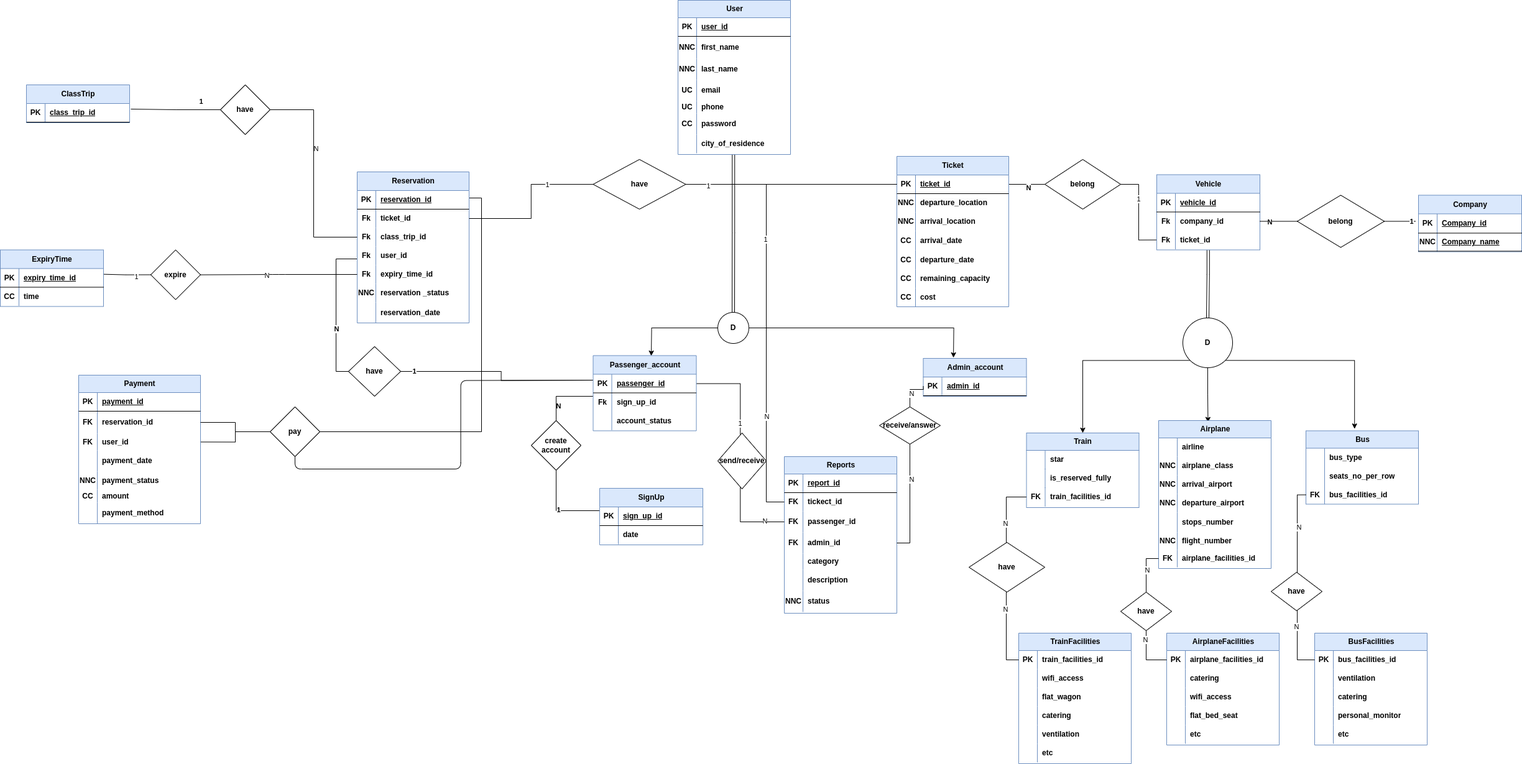
This is DataBase_Alibaba-Page-1.drawio.png from AriaTn84/DBproject, a draw.io export, as it was before one commit. Source tidied: cells renumbered, new cells last; positions are measured from the earlier drawing's top-left corner, leaving out a move shared by most shapes.
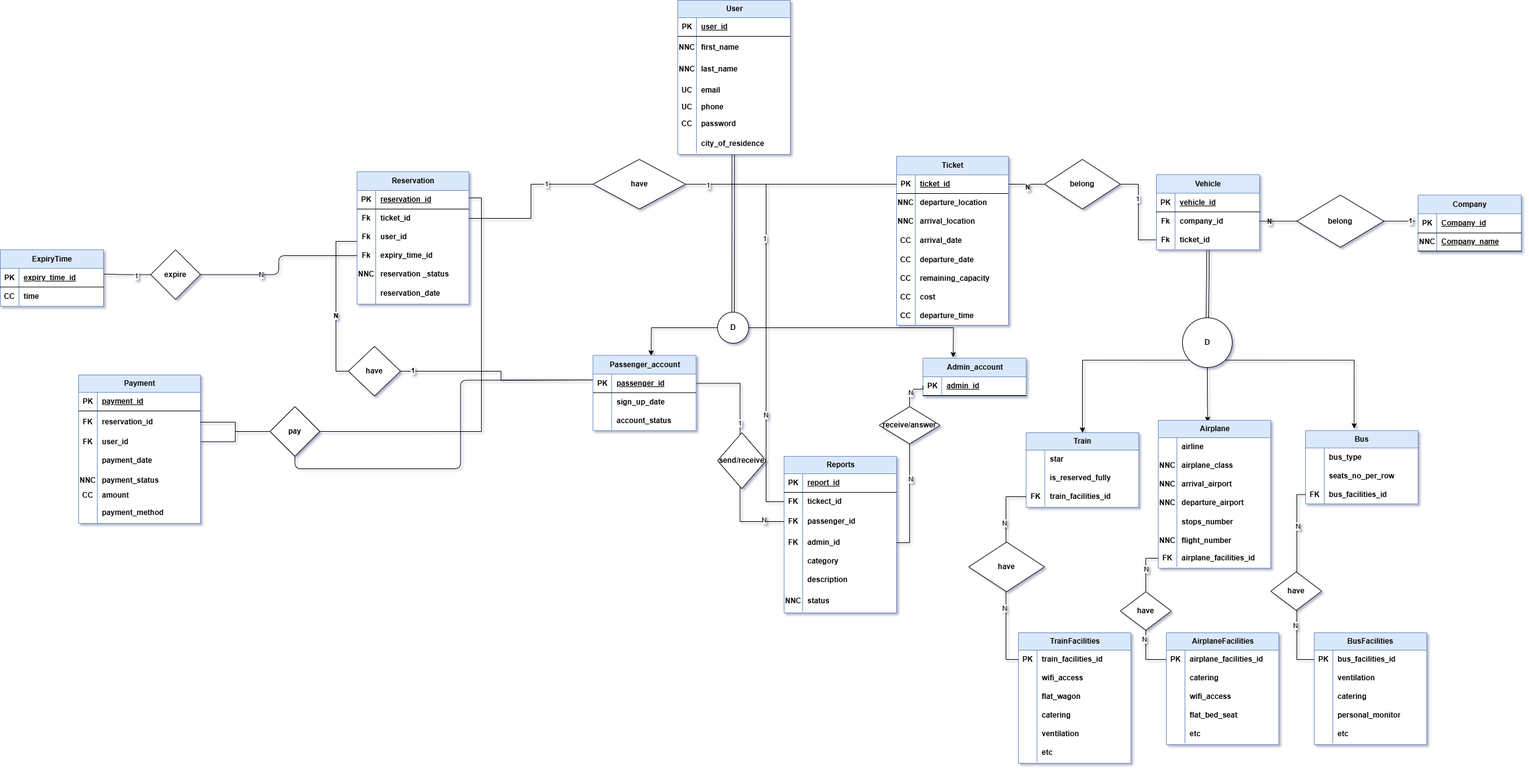
After the change.

Diff of the diagram source:
```diff
@@ -39,27 +39,6 @@
         <mxPoint x="1533" y="574.9" as="targetPoint" />
       </mxGeometry>
     </mxCell>
-    <mxCell id="13" style="edgeStyle=orthogonalEdgeStyle;rounded=0;jettySize=auto;html=1;exitX=0;exitY=0.5;exitDx=0;exitDy=0;entryX=0.009;entryY=0.351;entryDx=0;entryDy=0;endArrow=none;startFill=0;fontStyle=1;entryPerimeter=0;" parent="1" edge="1" target="153">
-      <mxGeometry relative="1" as="geometry">
-        <mxPoint x="967" y="637" as="sourcePoint" />
-        <Array as="points">
-          <mxPoint x="894" y="637" />
-          <mxPoint x="894" y="821" />
-          <mxPoint x="989" y="821" />
-        </Array>
-      </mxGeometry>
-    </mxCell>
-    <mxCell id="14" value="1" style="edgeLabel;html=1;align=center;verticalAlign=middle;fontStyle=1;rounded=0;" parent="13" vertex="1">
-      <mxGeometry x="0.37" y="2" relative="1" as="geometry" />
-    </mxCell>
-    <mxCell id="15" value="N" style="edgeLabel;html=1;align=center;verticalAlign=middle;fontStyle=1;rounded=0;" parent="13" vertex="1">
-      <mxGeometry x="-0.43" y="3" relative="1" as="geometry">
-        <mxPoint y="-20" as="offset" />
-      </mxGeometry>
-    </mxCell>
-    <mxCell id="16" value="create account" style="rhombus;whiteSpace=wrap;html=1;fontStyle=1;rounded=0;" parent="1" vertex="1">
-      <mxGeometry x="854" y="676" width="80" height="80" as="geometry" />
-    </mxCell>
     <mxCell id="17" style="edgeStyle=orthogonalEdgeStyle;rounded=0;jettySize=auto;html=1;entryX=0.5;entryY=0;entryDx=0;entryDy=0;shape=link;fontStyle=1;exitX=0.499;exitY=1.018;exitDx=0;exitDy=0;exitPerimeter=0;" parent="1" edge="1" source="143" target="28">
       <mxGeometry relative="1" as="geometry" />
     </mxCell>
@@ -105,16 +84,6 @@
     <mxCell id="29" value="have" style="rhombus;whiteSpace=wrap;html=1;fontStyle=1;rounded=0;" parent="1" vertex="1">
       <mxGeometry x="953.5" y="256" width="149" height="80" as="geometry" />
     </mxCell>
-    <mxCell id="30" style="edgeStyle=orthogonalEdgeStyle;rounded=0;jettySize=auto;html=1;exitX=0;exitY=0.5;exitDx=0;exitDy=0;entryX=1;entryY=0.5;entryDx=0;entryDy=0;endArrow=none;startFill=0;fontStyle=1;" parent="1" edge="1" source="116">
-      <mxGeometry relative="1" as="geometry">
-        <mxPoint x="210" y="175" as="targetPoint" />
-      </mxGeometry>
-    </mxCell>
-    <mxCell id="31" value="1" style="edgeLabel;html=1;align=center;verticalAlign=middle;fontStyle=1;rounded=0;" parent="30" vertex="1">
-      <mxGeometry x="0.54" y="2" relative="1" as="geometry">
-        <mxPoint x="80" y="-15" as="offset" />
-      </mxGeometry>
-    </mxCell>
     <mxCell id="32" style="edgeStyle=orthogonalEdgeStyle;rounded=0;jettySize=auto;html=1;entryX=1;entryY=0.5;entryDx=0;entryDy=0;endArrow=none;startFill=0;fontStyle=1;exitX=0;exitY=0.5;exitDx=0;exitDy=0;" parent="1" edge="1" source="34">
       <mxGeometry relative="1" as="geometry">
         <mxPoint x="160" y="440.5" as="targetPoint" />
@@ -143,8 +112,8 @@
       <mxGeometry relative="1" as="geometry">
         <mxPoint x="574" y="431" as="sourcePoint" />
         <Array as="points">
-          <mxPoint x="574" y="416" />
-          <mxPoint x="540" y="416" />
+          <mxPoint x="574" y="388" />
+          <mxPoint x="540" y="388" />
           <mxPoint x="540" y="597" />
         </Array>
       </mxGeometry>
@@ -311,7 +280,7 @@
       <mxGeometry relative="1" as="geometry" />
     </mxCell>
     <mxCell id="90" value="Reservation" style="shape=table;startSize=30;rowLines=0;fontStyle=1;align=center;html=1;fillColor=#dae8fc;strokeColor=#6c8ebf;swimlaneFillColor=default;rounded=0;" parent="1" vertex="1">
-      <mxGeometry x="574" y="276" width="180" height="243" as="geometry" />
+      <mxGeometry x="574" y="276" width="180" height="213" as="geometry" />
     </mxCell>
     <mxCell id="91" style="shape=tableRow;horizontal=0;startSize=0;swimlaneHead=0;swimlaneBody=0;fillColor=none;top=0;left=0;right=0;bottom=1;fontStyle=1;rounded=0;" parent="90" vertex="1">
       <mxGeometry y="30" width="180" height="30" as="geometry" />
@@ -331,17 +300,8 @@
     <mxCell id="96" value="ticket_id" style="shape=partialRectangle;fillColor=none;top=0;left=0;bottom=0;right=0;align=left;spacingLeft=6;overflow=hidden;whiteSpace=wrap;html=1;fontStyle=1;rounded=0;" parent="94" vertex="1">
       <mxGeometry x="30" width="150" height="30" as="geometry" />
     </mxCell>
-    <mxCell id="97" style="shape=tableRow;horizontal=0;startSize=0;swimlaneHead=0;swimlaneBody=0;fillColor=none;points=[[0,0.5],[1,0.5]];portConstraint=eastwest;top=0;left=0;right=0;bottom=0;fontStyle=1;rounded=0;" parent="90" vertex="1">
-      <mxGeometry y="90" width="180" height="30" as="geometry" />
-    </mxCell>
-    <mxCell id="98" value="Fk" style="shape=partialRectangle;fillColor=none;top=0;left=0;bottom=0;right=0;overflow=hidden;whiteSpace=wrap;html=1;fontStyle=1;rounded=0;" parent="97" vertex="1">
-      <mxGeometry width="30" height="30" as="geometry" />
-    </mxCell>
-    <mxCell id="99" value="class_trip_id" style="shape=partialRectangle;fillColor=none;top=0;left=0;bottom=0;right=0;align=left;spacingLeft=6;overflow=hidden;whiteSpace=wrap;html=1;fontStyle=1;rounded=0;" parent="97" vertex="1">
-      <mxGeometry x="30" width="150" height="30" as="geometry" />
-    </mxCell>
     <mxCell id="100" style="shape=tableRow;horizontal=0;startSize=0;swimlaneHead=0;swimlaneBody=0;fillColor=none;top=0;left=0;right=0;bottom=0;fontStyle=1;rounded=0;" parent="90" vertex="1">
-      <mxGeometry y="120" width="180" height="30" as="geometry" />
+      <mxGeometry y="90" width="180" height="30" as="geometry" />
     </mxCell>
     <mxCell id="101" value="Fk" style="shape=partialRectangle;fillColor=none;top=0;left=0;bottom=0;right=0;overflow=hidden;whiteSpace=wrap;html=1;fontStyle=1;rounded=0;" parent="100" vertex="1">
       <mxGeometry width="30" height="30" as="geometry" />
@@ -350,7 +310,7 @@
       <mxGeometry x="30" width="150" height="30" as="geometry" />
     </mxCell>
     <mxCell id="103" style="shape=tableRow;horizontal=0;startSize=0;swimlaneHead=0;swimlaneBody=0;fillColor=none;points=[[0,0.5],[1,0.5]];portConstraint=eastwest;top=0;left=0;right=0;bottom=0;fontStyle=1;rounded=0;" parent="90" vertex="1">
-      <mxGeometry y="150" width="180" height="30" as="geometry" />
+      <mxGeometry y="120" width="180" height="30" as="geometry" />
     </mxCell>
     <mxCell id="104" value="Fk" style="shape=partialRectangle;fillColor=none;top=0;left=0;bottom=0;right=0;overflow=hidden;whiteSpace=wrap;html=1;fontStyle=1;rounded=0;" parent="103" vertex="1">
       <mxGeometry width="30" height="30" as="geometry" />
@@ -359,7 +319,7 @@
       <mxGeometry x="30" width="150" height="30" as="geometry" />
     </mxCell>
     <mxCell id="106" style="shape=tableRow;horizontal=0;startSize=0;swimlaneHead=0;swimlaneBody=0;fillColor=none;top=0;left=0;right=0;bottom=0;fontStyle=1;rounded=0;" parent="90" vertex="1">
-      <mxGeometry y="180" width="180" height="30" as="geometry" />
+      <mxGeometry y="150" width="180" height="30" as="geometry" />
     </mxCell>
     <mxCell id="107" value="NNC" style="shape=partialRectangle;fillColor=none;top=0;left=0;bottom=0;right=0;overflow=hidden;whiteSpace=wrap;html=1;fontStyle=1;rounded=0;" parent="106" vertex="1">
       <mxGeometry width="30" height="30" as="geometry" />
@@ -368,7 +328,7 @@
       <mxGeometry x="30" width="150" height="30" as="geometry" />
     </mxCell>
     <mxCell id="109" style="shape=tableRow;horizontal=0;startSize=0;swimlaneHead=0;swimlaneBody=0;fillColor=none;top=0;left=0;right=0;bottom=0;fontStyle=1;rounded=0;" parent="90" vertex="1">
-      <mxGeometry y="210" width="180" height="33" as="geometry" />
+      <mxGeometry y="180" width="180" height="33" as="geometry" />
     </mxCell>
     <mxCell id="110" style="shape=partialRectangle;fillColor=none;top=0;left=0;bottom=0;right=0;overflow=hidden;whiteSpace=wrap;html=1;fontStyle=1;rounded=0;" parent="109" vertex="1">
       <mxGeometry width="30" height="33" as="geometry" />
@@ -382,17 +342,8 @@
     <mxCell id="113" value="1" style="edgeLabel;html=1;align=center;verticalAlign=middle;rounded=0;" parent="112" vertex="1">
       <mxGeometry x="0.41" relative="1" as="geometry" />
     </mxCell>
-    <mxCell id="114" style="edgeStyle=orthogonalEdgeStyle;rounded=0;jettySize=auto;html=1;exitX=1;exitY=0.5;exitDx=0;exitDy=0;entryX=0;entryY=0.5;entryDx=0;entryDy=0;endArrow=none;startFill=0;" parent="1" edge="1" source="116" target="97">
-      <mxGeometry relative="1" as="geometry" />
-    </mxCell>
-    <mxCell id="115" value="N" style="edgeLabel;html=1;align=center;verticalAlign=middle;rounded=0;" parent="114" vertex="1">
-      <mxGeometry x="-0.23" y="3" relative="1" as="geometry" />
-    </mxCell>
-    <mxCell id="116" value="have" style="rhombus;whiteSpace=wrap;html=1;fontStyle=1;rounded=0;" parent="1" vertex="1">
-      <mxGeometry x="354" y="136" width="80" height="80" as="geometry" />
-    </mxCell>
     <mxCell id="117" value="Ticket" style="shape=table;startSize=30;rowLines=0;fontStyle=1;align=center;html=1;fillColor=#dae8fc;strokeColor=#6c8ebf;swimlaneFillColor=default;rounded=0;" parent="1" vertex="1">
-      <mxGeometry x="1442" y="251" width="180" height="242" as="geometry" />
+      <mxGeometry x="1442" y="251" width="180" height="272" as="geometry" />
     </mxCell>
     <mxCell id="118" style="shape=tableRow;horizontal=0;startSize=0;swimlaneHead=0;swimlaneBody=0;fillColor=none;points=[[0,0.5],[1,0.5]];portConstraint=eastwest;top=0;left=0;right=0;bottom=1;fontStyle=1;rounded=0;" parent="117" vertex="1">
       <mxGeometry y="30" width="180" height="30" as="geometry" />
@@ -457,6 +408,15 @@
     <mxCell id="138" value="cost" style="shape=partialRectangle;fillColor=none;top=0;left=0;bottom=0;right=0;align=left;spacingLeft=6;overflow=hidden;whiteSpace=wrap;html=1;fontStyle=1;rounded=0;" parent="136" vertex="1">
       <mxGeometry x="30" width="150" height="30" as="geometry" />
     </mxCell>
+    <mxCell id="328" style="shape=tableRow;horizontal=0;startSize=0;swimlaneHead=0;swimlaneBody=0;fillColor=none;top=0;left=0;right=0;bottom=0;fontStyle=1;rounded=0;" parent="117" vertex="1">
+      <mxGeometry y="242" width="180" height="30" as="geometry" />
+    </mxCell>
+    <mxCell id="329" value="CC" style="shape=partialRectangle;fillColor=none;top=0;left=0;bottom=0;right=0;overflow=hidden;whiteSpace=wrap;html=1;fontStyle=1;rounded=0;" parent="328" vertex="1">
+      <mxGeometry width="30" height="30" as="geometry" />
+    </mxCell>
+    <mxCell id="330" value="departure_time" style="shape=partialRectangle;fillColor=none;top=0;left=0;bottom=0;right=0;align=left;spacingLeft=6;overflow=hidden;whiteSpace=wrap;html=1;fontStyle=1;rounded=0;" parent="328" vertex="1">
+      <mxGeometry x="30" width="150" height="30" as="geometry" />
+    </mxCell>
     <mxCell id="139" value="Vehicle" style="shape=table;startSize=30;rowLines=0;fontStyle=1;align=center;html=1;fillColor=#dae8fc;strokeColor=#6c8ebf;swimlaneFillColor=default;rounded=0;" parent="1" vertex="1">
       <mxGeometry x="1860" y="280.5" width="166" height="121" as="geometry" />
     </mxCell>
@@ -498,27 +458,6 @@
     <mxCell id="151" value="belong" style="rhombus;whiteSpace=wrap;html=1;fontStyle=1;rounded=0;" parent="1" vertex="1">
       <mxGeometry x="2086" y="313.5" width="140" height="84" as="geometry" />
     </mxCell>
-    <mxCell id="152" value="SignUp" style="shape=table;startSize=30;rowLines=0;fontStyle=1;align=center;html=1;fillColor=#dae8fc;strokeColor=#6c8ebf;swimlaneFillColor=default;rounded=0;" parent="1" vertex="1">
-      <mxGeometry x="964" y="785" width="166" height="91" as="geometry" />
-    </mxCell>
-    <mxCell id="153" style="shape=tableRow;horizontal=0;startSize=0;swimlaneHead=0;swimlaneBody=0;fillColor=none;points=[[0,0.5],[1,0.5]];portConstraint=eastwest;top=0;left=0;right=0;bottom=1;fontStyle=1;rounded=0;" parent="152" vertex="1">
-      <mxGeometry y="30" width="166" height="30" as="geometry" />
-    </mxCell>
-    <mxCell id="154" value="PK" style="shape=partialRectangle;fillColor=none;top=0;left=0;bottom=0;right=0;fontStyle=1;overflow=hidden;whiteSpace=wrap;html=1;rounded=0;" parent="153" vertex="1">
-      <mxGeometry width="30" height="30" as="geometry" />
-    </mxCell>
-    <mxCell id="155" value="sign_up_id" style="shape=partialRectangle;fillColor=none;top=0;left=0;bottom=0;right=0;align=left;spacingLeft=6;fontStyle=5;overflow=hidden;whiteSpace=wrap;html=1;rounded=0;" parent="153" vertex="1">
-      <mxGeometry x="30" width="136" height="30" as="geometry" />
-    </mxCell>
-    <mxCell id="156" style="shape=tableRow;horizontal=0;startSize=0;swimlaneHead=0;swimlaneBody=0;fillColor=none;top=0;left=0;right=0;bottom=0;fontStyle=1;rounded=0;" parent="152" vertex="1">
-      <mxGeometry y="60" width="166" height="30" as="geometry" />
-    </mxCell>
-    <mxCell id="157" style="shape=partialRectangle;fillColor=none;top=0;left=0;bottom=0;right=0;overflow=hidden;whiteSpace=wrap;html=1;fontStyle=1;rounded=0;" parent="156" vertex="1">
-      <mxGeometry width="30" height="30" as="geometry" />
-    </mxCell>
-    <mxCell id="158" value="date" style="shape=partialRectangle;fillColor=none;top=0;left=0;bottom=0;right=0;align=left;spacingLeft=6;overflow=hidden;whiteSpace=wrap;html=1;fontStyle=1;rounded=0;" parent="156" vertex="1">
-      <mxGeometry x="30" width="136" height="30" as="geometry" />
-    </mxCell>
     <mxCell id="159" value="Reports" style="shape=table;startSize=28;rowLines=0;fontStyle=1;align=center;html=1;fillColor=#dae8fc;strokeColor=#6c8ebf;labelBackgroundColor=none;swimlaneFillColor=light-dark(#ffffff, #ededed);gradientColor=none;rounded=0;" parent="1" vertex="1">
       <mxGeometry x="1261" y="734" width="181" height="252" as="geometry" />
     </mxCell>
@@ -949,21 +888,9 @@
     </mxCell>
     <mxCell id="297" value="N" style="edgeLabel;html=1;align=center;verticalAlign=middle;" parent="296" vertex="1">
       <mxGeometry x="0.15" relative="1" as="geometry">
-        <mxPoint x="-1" as="offset" />
+        <mxPoint x="-22" as="offset" />
       </mxGeometry>
     </mxCell>
-    <mxCell id="298" value="ClassTrip" style="shape=table;startSize=30;rowLines=0;fontStyle=1;align=center;html=1;fillColor=#dae8fc;strokeColor=#6c8ebf;swimlaneFillColor=default;rounded=0;" parent="1" vertex="1">
-      <mxGeometry x="42" y="136" width="166" height="61" as="geometry" />
-    </mxCell>
-    <mxCell id="299" style="shape=tableRow;horizontal=0;startSize=0;swimlaneHead=0;swimlaneBody=0;fillColor=none;top=0;left=0;right=0;bottom=1;fontStyle=1;rounded=0;" parent="298" vertex="1">
-      <mxGeometry y="30" width="166" height="30" as="geometry" />
-    </mxCell>
-    <mxCell id="300" value="PK" style="shape=partialRectangle;fillColor=none;top=0;left=0;bottom=0;right=0;fontStyle=1;overflow=hidden;whiteSpace=wrap;html=1;rounded=0;" parent="299" vertex="1">
-      <mxGeometry width="30" height="30" as="geometry" />
-    </mxCell>
-    <mxCell id="301" value="class_trip_id" style="shape=partialRectangle;fillColor=none;top=0;left=0;bottom=0;right=0;align=left;spacingLeft=6;fontStyle=5;overflow=hidden;whiteSpace=wrap;html=1;rounded=0;" parent="299" vertex="1">
-      <mxGeometry x="30" width="136" height="30" as="geometry" />
-    </mxCell>
     <mxCell id="302" value="ExpiryTime" style="shape=table;startSize=30;rowLines=0;fontStyle=1;align=center;html=1;fillColor=#dae8fc;strokeColor=#6c8ebf;swimlaneFillColor=default;rounded=0;" parent="1" vertex="1">
       <mxGeometry y="401.5" width="166" height="91" as="geometry" />
     </mxCell>
@@ -1012,10 +939,10 @@
     <mxCell id="317" style="shape=tableRow;horizontal=0;startSize=0;swimlaneHead=0;swimlaneBody=0;fillColor=none;top=0;left=0;right=0;bottom=0;fontStyle=1;rounded=0;" parent="313" vertex="1">
       <mxGeometry y="60" width="166" height="30" as="geometry" />
     </mxCell>
-    <mxCell id="318" value="Fk" style="shape=partialRectangle;fillColor=none;top=0;left=0;bottom=0;right=0;overflow=hidden;whiteSpace=wrap;html=1;fontStyle=1;rounded=0;" parent="317" vertex="1">
+    <mxCell id="318" style="shape=partialRectangle;fillColor=none;top=0;left=0;bottom=0;right=0;overflow=hidden;whiteSpace=wrap;html=1;fontStyle=1;rounded=0;" parent="317" vertex="1">
       <mxGeometry width="30" height="30" as="geometry" />
     </mxCell>
-    <mxCell id="319" value="&lt;span style=&quot;text-wrap-mode: nowrap;&quot;&gt;sign_up_id&lt;/span&gt;" style="shape=partialRectangle;fillColor=none;top=0;left=0;bottom=0;right=0;align=left;spacingLeft=6;overflow=hidden;whiteSpace=wrap;html=1;fontStyle=1;rounded=0;" parent="317" vertex="1">
+    <mxCell id="319" value="&lt;span style=&quot;text-wrap-mode: nowrap;&quot;&gt;sign_up_date&lt;/span&gt;" style="shape=partialRectangle;fillColor=none;top=0;left=0;bottom=0;right=0;align=left;spacingLeft=6;overflow=hidden;whiteSpace=wrap;html=1;fontStyle=1;rounded=0;" parent="317" vertex="1">
       <mxGeometry x="30" width="136" height="30" as="geometry" />
     </mxCell>
     <mxCell id="320" style="shape=tableRow;horizontal=0;startSize=0;swimlaneHead=0;swimlaneBody=0;fillColor=none;top=0;left=0;right=0;bottom=0;fontStyle=1;rounded=0;" parent="313" vertex="1">
```
